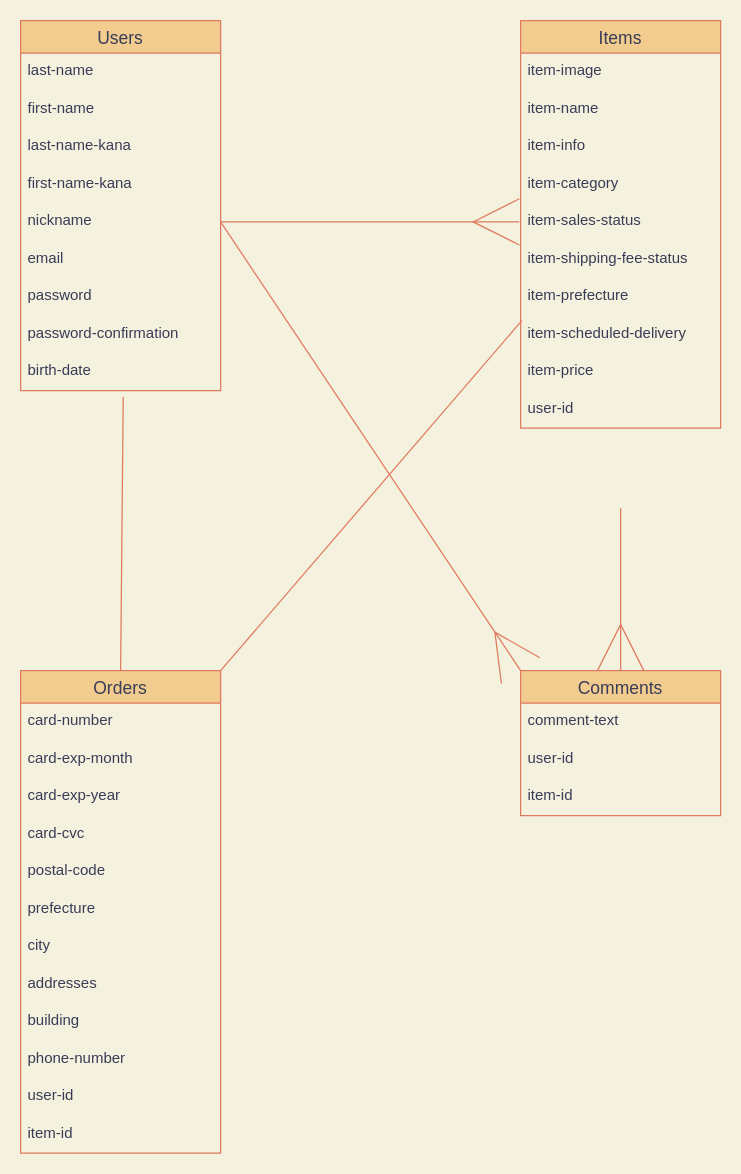
This is test.dio from haru1507/furima-32087, a draw.io file, before an edit. Source tidied: cells renumbered, new cells numbered last; positions are measured from the earlier drawing's top-left corner, leaving out a move shared by most shapes. Both pictures are drawn from the tidied source at 125%, with x=0, y=0 at pixel (20, 20).
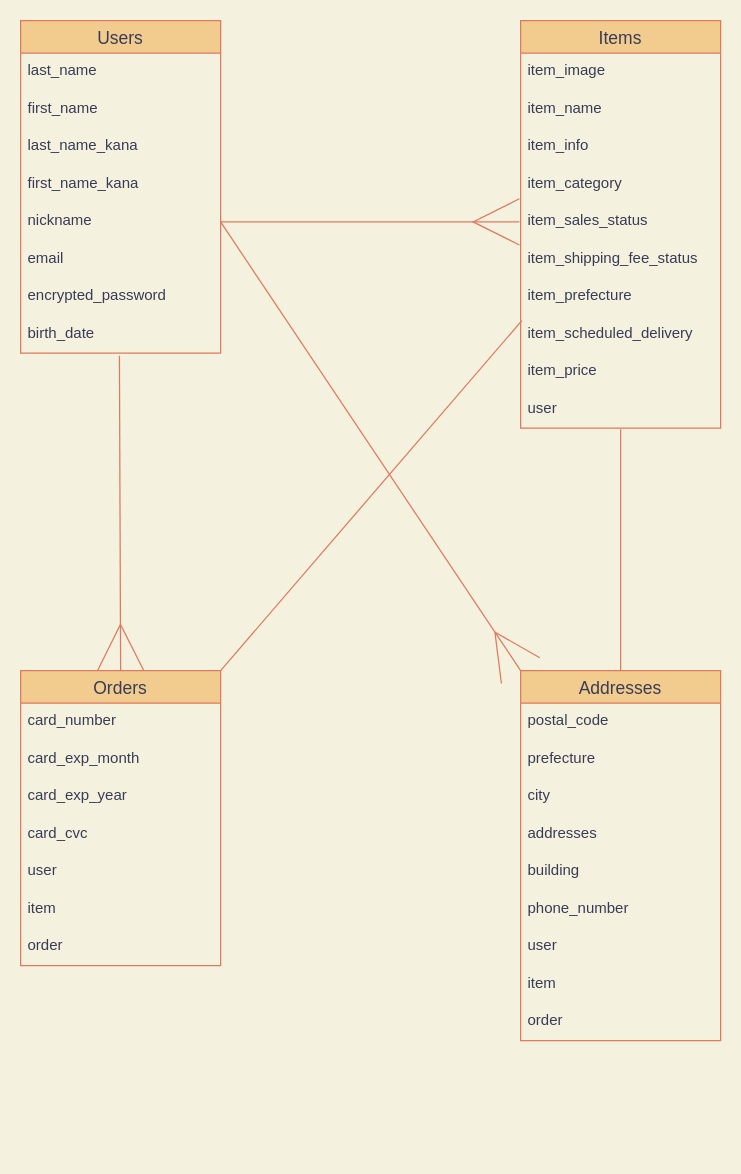
The same page after the edit.

Commit message (it also covers changes not shown here):
データベース設計１

Unchanged cells that the change refers to:
```xml
<mxCell id="2" value="Items" style="swimlane;fontStyle=0;horizontal=1;startSize=26;align=center;fontSize=14;fillColor=#F2CC8F;strokeColor=#E07A5F;fontColor=#393C56;" parent="1" vertex="1">
  <mxGeometry x="400" width="160" height="326" as="geometry" />
</mxCell>
```

Diff of the diagram source:
```diff
@@
-    <mxCell id="3" value="item-image" style="text;strokeColor=none;fillColor=none;spacingLeft=4;spacingRight=4;overflow=hidden;fontSize=12;fontColor=#393C56;" parent="2" vertex="1">
+    <mxCell id="3" value="item_image" style="text;strokeColor=none;fillColor=none;spacingLeft=4;spacingRight=4;overflow=hidden;fontSize=12;fontColor=#393C56;" parent="2" vertex="1">
       <mxGeometry y="26" width="160" height="30" as="geometry" />
     </mxCell>
-    <mxCell id="4" value="item-name" style="text;strokeColor=none;fillColor=none;spacingLeft=4;spacingRight=4;overflow=hidden;fontSize=12;fontColor=#393C56;" parent="2" vertex="1">
+    <mxCell id="4" value="item_name" style="text;strokeColor=none;fillColor=none;spacingLeft=4;spacingRight=4;overflow=hidden;fontSize=12;fontColor=#393C56;" parent="2" vertex="1">
       <mxGeometry y="56" width="160" height="30" as="geometry" />
     </mxCell>
-    <mxCell id="5" value="item-info" style="text;strokeColor=none;fillColor=none;spacingLeft=4;spacingRight=4;overflow=hidden;fontSize=12;fontColor=#393C56;" parent="2" vertex="1">
+    <mxCell id="5" value="item_info" style="text;strokeColor=none;fillColor=none;spacingLeft=4;spacingRight=4;overflow=hidden;fontSize=12;fontColor=#393C56;" parent="2" vertex="1">
       <mxGeometry y="86" width="160" height="30" as="geometry" />
     </mxCell>
-    <mxCell id="6" value="item-category" style="text;strokeColor=none;fillColor=none;spacingLeft=4;spacingRight=4;overflow=hidden;fontSize=12;fontColor=#393C56;" parent="2" vertex="1">
+    <mxCell id="6" value="item_category" style="text;strokeColor=none;fillColor=none;spacingLeft=4;spacingRight=4;overflow=hidden;fontSize=12;fontColor=#393C56;" parent="2" vertex="1">
       <mxGeometry y="116" width="160" height="30" as="geometry" />
     </mxCell>
-    <mxCell id="7" value="item-sales-status" style="text;strokeColor=none;fillColor=none;spacingLeft=4;spacingRight=4;overflow=hidden;points=[[0,0.5],[1,0.5]];portConstraint=eastwest;fontSize=12;fontColor=#393C56;" parent="2" vertex="1">
+    <mxCell id="7" value="item_sales_status" style="text;strokeColor=none;fillColor=none;spacingLeft=4;spacingRight=4;overflow=hidden;points=[[0,0.5],[1,0.5]];portConstraint=eastwest;fontSize=12;fontColor=#393C56;" parent="2" vertex="1">
       <mxGeometry y="146" width="160" height="30" as="geometry" />
     </mxCell>
-    <mxCell id="8" value="item-shipping-fee-status" style="text;strokeColor=none;fillColor=none;spacingLeft=4;spacingRight=4;overflow=hidden;fontSize=12;fontColor=#393C56;" parent="2" vertex="1">
+    <mxCell id="8" value="item_shipping_fee_status" style="text;strokeColor=none;fillColor=none;spacingLeft=4;spacingRight=4;overflow=hidden;fontSize=12;fontColor=#393C56;" parent="2" vertex="1">
       <mxGeometry y="176" width="160" height="30" as="geometry" />
     </mxCell>
-    <mxCell id="9" value="item-prefecture" style="text;strokeColor=none;fillColor=none;spacingLeft=4;spacingRight=4;overflow=hidden;fontSize=12;fontColor=#393C56;" parent="2" vertex="1">
+    <mxCell id="9" value="item_prefecture" style="text;strokeColor=none;fillColor=none;spacingLeft=4;spacingRight=4;overflow=hidden;fontSize=12;fontColor=#393C56;" parent="2" vertex="1">
       <mxGeometry y="206" width="160" height="30" as="geometry" />
     </mxCell>
-    <mxCell id="10" value="item-scheduled-delivery" style="text;strokeColor=none;fillColor=none;spacingLeft=4;spacingRight=4;overflow=hidden;points=[[0,0.5],[1,0.5]];portConstraint=eastwest;fontSize=12;fontColor=#393C56;" parent="2" vertex="1">
+    <mxCell id="10" value="item_scheduled_delivery" style="text;strokeColor=none;fillColor=none;spacingLeft=4;spacingRight=4;overflow=hidden;points=[[0,0.5],[1,0.5]];portConstraint=eastwest;fontSize=12;fontColor=#393C56;" parent="2" vertex="1">
       <mxGeometry y="236" width="160" height="30" as="geometry" />
     </mxCell>
-    <mxCell id="11" value="item-price" style="text;strokeColor=none;fillColor=none;spacingLeft=4;spacingRight=4;overflow=hidden;fontSize=12;fontColor=#393C56;" parent="2" vertex="1">
+    <mxCell id="11" value="item_price" style="text;strokeColor=none;fillColor=none;spacingLeft=4;spacingRight=4;overflow=hidden;fontSize=12;fontColor=#393C56;" parent="2" vertex="1">
       <mxGeometry y="266" width="160" height="30" as="geometry" />
     </mxCell>
-    <mxCell id="12" value="user-id" style="text;strokeColor=none;fillColor=none;spacingLeft=4;spacingRight=4;overflow=hidden;points=[[0,0.5],[1,0.5]];portConstraint=eastwest;fontSize=12;fontColor=#393C56;" parent="2" vertex="1">
+    <mxCell id="12" value="user" style="text;strokeColor=none;fillColor=none;spacingLeft=4;spacingRight=4;overflow=hidden;points=[[0,0.5],[1,0.5]];portConstraint=eastwest;fontSize=12;fontColor=#393C56;" parent="2" vertex="1">
       <mxGeometry y="296" width="160" height="30" as="geometry" />
     </mxCell>
     <mxCell id="13" value="Users" style="swimlane;fontStyle=0;horizontal=1;startSize=26;align=center;fontSize=14;fillColor=#F2CC8F;strokeColor=#E07A5F;fontColor=#393C56;" parent="1" vertex="1">
-      <mxGeometry width="160" height="296" as="geometry" />
+      <mxGeometry width="160" height="266" as="geometry" />
     </mxCell>
-    <mxCell id="14" value="last-name" style="text;strokeColor=none;fillColor=none;spacingLeft=4;spacingRight=4;overflow=hidden;fontSize=12;fontColor=#393C56;" parent="13" vertex="1">
+    <mxCell id="14" value="last_name" style="text;strokeColor=none;fillColor=none;spacingLeft=4;spacingRight=4;overflow=hidden;fontSize=12;fontColor=#393C56;" parent="13" vertex="1">
       <mxGeometry y="26" width="160" height="30" as="geometry" />
     </mxCell>
-    <mxCell id="15" value="first-name" style="text;strokeColor=none;fillColor=none;spacingLeft=4;spacingRight=4;overflow=hidden;fontSize=12;fontColor=#393C56;" parent="13" vertex="1">
+    <mxCell id="15" value="first_name" style="text;strokeColor=none;fillColor=none;spacingLeft=4;spacingRight=4;overflow=hidden;fontSize=12;fontColor=#393C56;" parent="13" vertex="1">
       <mxGeometry y="56" width="160" height="30" as="geometry" />
     </mxCell>
-    <mxCell id="16" value="last-name-kana" style="text;strokeColor=none;fillColor=none;spacingLeft=4;spacingRight=4;overflow=hidden;fontSize=12;fontColor=#393C56;" parent="13" vertex="1">
+    <mxCell id="16" value="last_name_kana" style="text;strokeColor=none;fillColor=none;spacingLeft=4;spacingRight=4;overflow=hidden;fontSize=12;fontColor=#393C56;" parent="13" vertex="1">
       <mxGeometry y="86" width="160" height="30" as="geometry" />
     </mxCell>
-    <mxCell id="17" value="first-name-kana" style="text;strokeColor=none;fillColor=none;spacingLeft=4;spacingRight=4;overflow=hidden;fontSize=12;fontColor=#393C56;" parent="13" vertex="1">
+    <mxCell id="17" value="first_name_kana" style="text;strokeColor=none;fillColor=none;spacingLeft=4;spacingRight=4;overflow=hidden;fontSize=12;fontColor=#393C56;" parent="13" vertex="1">
       <mxGeometry y="116" width="160" height="30" as="geometry" />
     </mxCell>
@@
-    <mxCell id="20" value="password" style="text;strokeColor=none;fillColor=none;spacingLeft=4;spacingRight=4;overflow=hidden;fontSize=12;fontColor=#393C56;" parent="13" vertex="1">
+    <mxCell id="20" value="encrypted_password" style="text;strokeColor=none;fillColor=none;spacingLeft=4;spacingRight=4;overflow=hidden;fontSize=12;fontColor=#393C56;" parent="13" vertex="1">
       <mxGeometry y="206" width="160" height="30" as="geometry" />
     </mxCell>
-    <mxCell id="21" value="password-confirmation" style="text;strokeColor=none;fillColor=none;spacingLeft=4;spacingRight=4;overflow=hidden;fontSize=12;fontColor=#393C56;" parent="13" vertex="1">
-      <mxGeometry y="236" width="160" height="30" as="geometry" />
-    </mxCell>
-    <mxCell id="22" value="birth-date" style="text;strokeColor=none;fillColor=none;spacingLeft=4;spacingRight=4;overflow=hidden;points=[[0,0.5],[1,0.5]];portConstraint=eastwest;fontSize=12;fontColor=#393C56;" parent="13" vertex="1">
-      <mxGeometry y="266" width="160" height="30" as="geometry" />
+    <mxCell id="22" value="birth_date" style="text;strokeColor=none;fillColor=none;spacingLeft=4;spacingRight=4;overflow=hidden;points=[[0,0.5],[1,0.5]];portConstraint=eastwest;fontSize=12;fontColor=#393C56;" parent="13" vertex="1">
+      <mxGeometry y="236" width="160" height="30" as="geometry" />
     </mxCell>
     <mxCell id="23" value="Orders" style="swimlane;fontStyle=0;horizontal=1;startSize=26;align=center;fontSize=14;fillColor=#F2CC8F;strokeColor=#E07A5F;fontColor=#393C56;" parent="1" vertex="1">
-      <mxGeometry y="520" width="160" height="386" as="geometry" />
+      <mxGeometry y="520" width="160" height="236" as="geometry" />
     </mxCell>
-    <mxCell id="24" value="card-number" style="text;strokeColor=none;fillColor=none;spacingLeft=4;spacingRight=4;overflow=hidden;fontSize=12;fontColor=#393C56;" parent="23" vertex="1">
+    <mxCell id="24" value="card_number" style="text;strokeColor=none;fillColor=none;spacingLeft=4;spacingRight=4;overflow=hidden;fontSize=12;fontColor=#393C56;" parent="23" vertex="1">
       <mxGeometry y="26" width="160" height="30" as="geometry" />
     </mxCell>
-    <mxCell id="25" value="card-exp-month" style="text;strokeColor=none;fillColor=none;spacingLeft=4;spacingRight=4;overflow=hidden;fontSize=12;fontColor=#393C56;" parent="23" vertex="1">
+    <mxCell id="25" value="card_exp_month" style="text;strokeColor=none;fillColor=none;spacingLeft=4;spacingRight=4;overflow=hidden;fontSize=12;fontColor=#393C56;" parent="23" vertex="1">
       <mxGeometry y="56" width="160" height="30" as="geometry" />
     </mxCell>
-    <mxCell id="26" value="card-exp-year" style="text;strokeColor=none;fillColor=none;spacingLeft=4;spacingRight=4;overflow=hidden;fontSize=12;fontColor=#393C56;" parent="23" vertex="1">
+    <mxCell id="26" value="card_exp_year" style="text;strokeColor=none;fillColor=none;spacingLeft=4;spacingRight=4;overflow=hidden;fontSize=12;fontColor=#393C56;" parent="23" vertex="1">
       <mxGeometry y="86" width="160" height="30" as="geometry" />
     </mxCell>
-    <mxCell id="27" value="card-cvc" style="text;strokeColor=none;fillColor=none;spacingLeft=4;spacingRight=4;overflow=hidden;fontSize=12;fontColor=#393C56;" parent="23" vertex="1">
+    <mxCell id="27" value="card_cvc" style="text;strokeColor=none;fillColor=none;spacingLeft=4;spacingRight=4;overflow=hidden;fontSize=12;fontColor=#393C56;" parent="23" vertex="1">
       <mxGeometry y="116" width="160" height="30" as="geometry" />
     </mxCell>
-    <mxCell id="28" value="postal-code" style="text;strokeColor=none;fillColor=none;spacingLeft=4;spacingRight=4;overflow=hidden;fontSize=12;fontColor=#393C56;" parent="23" vertex="1">
-      <mxGeometry y="146" width="160" height="30" as="geometry" />
-    </mxCell>
-    <mxCell id="29" value="prefecture" style="text;strokeColor=none;fillColor=none;spacingLeft=4;spacingRight=4;overflow=hidden;fontSize=12;fontColor=#393C56;" parent="23" vertex="1">
-      <mxGeometry y="176" width="160" height="30" as="geometry" />
-    </mxCell>
-    <mxCell id="30" value="city" style="text;strokeColor=none;fillColor=none;spacingLeft=4;spacingRight=4;overflow=hidden;fontSize=12;fontColor=#393C56;" parent="23" vertex="1">
-      <mxGeometry y="206" width="160" height="30" as="geometry" />
-    </mxCell>
-    <mxCell id="31" value="addresses" style="text;strokeColor=none;fillColor=none;spacingLeft=4;spacingRight=4;overflow=hidden;fontSize=12;fontColor=#393C56;" parent="23" vertex="1">
-      <mxGeometry y="236" width="160" height="30" as="geometry" />
-    </mxCell>
-    <mxCell id="32" value="building" style="text;strokeColor=none;fillColor=none;spacingLeft=4;spacingRight=4;overflow=hidden;fontSize=12;fontColor=#393C56;" parent="23" vertex="1">
-      <mxGeometry y="266" width="160" height="30" as="geometry" />
-    </mxCell>
-    <mxCell id="33" value="phone-number" style="text;strokeColor=none;fillColor=none;spacingLeft=4;spacingRight=4;overflow=hidden;fontSize=12;fontColor=#393C56;" parent="23" vertex="1">
-      <mxGeometry y="296" width="160" height="30" as="geometry" />
-    </mxCell>
-    <mxCell id="34" value="user-id" style="text;strokeColor=none;fillColor=none;spacingLeft=4;spacingRight=4;overflow=hidden;fontSize=12;fontColor=#393C56;" parent="23" vertex="1">
-      <mxGeometry y="326" width="160" height="30" as="geometry" />
+    <mxCell id="34" value="user" style="text;strokeColor=none;fillColor=none;spacingLeft=4;spacingRight=4;overflow=hidden;fontSize=12;fontColor=#393C56;" parent="23" vertex="1">
+      <mxGeometry y="146" width="160" height="30" as="geometry" />
     </mxCell>
-    <mxCell id="35" value="item-id" style="text;strokeColor=none;fillColor=none;spacingLeft=4;spacingRight=4;overflow=hidden;fontSize=12;fontColor=#393C56;" parent="23" vertex="1">
-      <mxGeometry y="356" width="160" height="30" as="geometry" />
+    <mxCell id="35" value="item" style="text;strokeColor=none;fillColor=none;spacingLeft=4;spacingRight=4;overflow=hidden;fontSize=12;fontColor=#393C56;" parent="23" vertex="1">
+      <mxGeometry y="176" width="160" height="30" as="geometry" />
     </mxCell>
+    <mxCell id="46" value="order" style="text;strokeColor=none;fillColor=none;spacingLeft=4;spacingRight=4;overflow=hidden;fontSize=12;fontColor=#393C56;" parent="23" vertex="1">
+      <mxGeometry y="206" width="160" height="30" as="geometry" />
+    </mxCell>
-    <mxCell id="36" value="Comments" style="swimlane;fontStyle=0;horizontal=1;startSize=26;align=center;fontSize=14;fillColor=#F2CC8F;strokeColor=#E07A5F;fontColor=#393C56;" parent="1" vertex="1">
-      <mxGeometry x="400" y="520" width="160" height="116" as="geometry" />
+    <mxCell id="36" value="Addresses" style="swimlane;fontStyle=0;horizontal=1;startSize=26;align=center;fontSize=14;fillColor=#F2CC8F;strokeColor=#E07A5F;fontColor=#393C56;" parent="1" vertex="1">
+      <mxGeometry x="400" y="520" width="160" height="296" as="geometry" />
     </mxCell>
-    <mxCell id="37" value="comment-text" style="text;strokeColor=none;fillColor=none;spacingLeft=4;spacingRight=4;overflow=hidden;fontSize=12;fontColor=#393C56;" parent="36" vertex="1">
+    <mxCell id="37" value="postal_code" style="text;strokeColor=none;fillColor=none;spacingLeft=4;spacingRight=4;overflow=hidden;fontSize=12;fontColor=#393C56;" parent="36" vertex="1">
       <mxGeometry y="26" width="160" height="30" as="geometry" />
     </mxCell>
-    <mxCell id="38" value="user-id" style="text;strokeColor=none;fillColor=none;spacingLeft=4;spacingRight=4;overflow=hidden;fontSize=12;fontColor=#393C56;" parent="36" vertex="1">
+    <mxCell id="38" value="prefecture" style="text;strokeColor=none;fillColor=none;spacingLeft=4;spacingRight=4;overflow=hidden;fontSize=12;fontColor=#393C56;" parent="36" vertex="1">
       <mxGeometry y="56" width="160" height="30" as="geometry" />
     </mxCell>
-    <mxCell id="39" value="item-id" style="text;strokeColor=none;fillColor=none;spacingLeft=4;spacingRight=4;overflow=hidden;fontSize=12;fontColor=#393C56;" parent="36" vertex="1">
+    <mxCell id="39" value="city" style="text;strokeColor=none;fillColor=none;spacingLeft=4;spacingRight=4;overflow=hidden;fontSize=12;fontColor=#393C56;" parent="36" vertex="1">
       <mxGeometry y="86" width="160" height="30" as="geometry" />
     </mxCell>
+    <mxCell id="31" value="addresses" style="text;strokeColor=none;fillColor=none;spacingLeft=4;spacingRight=4;overflow=hidden;fontSize=12;fontColor=#393C56;" parent="36" vertex="1">
+      <mxGeometry y="116" width="160" height="30" as="geometry" />
+    </mxCell>
+    <mxCell id="32" value="building" style="text;strokeColor=none;fillColor=none;spacingLeft=4;spacingRight=4;overflow=hidden;fontSize=12;fontColor=#393C56;" parent="36" vertex="1">
+      <mxGeometry y="146" width="160" height="30" as="geometry" />
+    </mxCell>
+    <mxCell id="47" value="phone_number" style="text;strokeColor=none;fillColor=none;spacingLeft=4;spacingRight=4;overflow=hidden;fontSize=12;fontColor=#393C56;" parent="36" vertex="1">
+      <mxGeometry y="176" width="160" height="30" as="geometry" />
+    </mxCell>
+    <mxCell id="48" value="user" style="text;strokeColor=none;fillColor=none;spacingLeft=4;spacingRight=4;overflow=hidden;fontSize=12;fontColor=#393C56;" parent="36" vertex="1">
+      <mxGeometry y="206" width="160" height="30" as="geometry" />
+    </mxCell>
+    <mxCell id="49" value="item" style="text;strokeColor=none;fillColor=none;spacingLeft=4;spacingRight=4;overflow=hidden;fontSize=12;fontColor=#393C56;" parent="36" vertex="1">
+      <mxGeometry y="236" width="160" height="30" as="geometry" />
+    </mxCell>
+    <mxCell id="50" value="order" style="text;strokeColor=none;fillColor=none;spacingLeft=4;spacingRight=4;overflow=hidden;fontSize=12;fontColor=#393C56;" parent="36" vertex="1">
+      <mxGeometry y="266" width="160" height="30" as="geometry" />
+    </mxCell>
@@
-    <mxCell id="43" style="rounded=0;jettySize=auto;html=1;endArrow=ERmany;endFill=0;endSize=35;startSize=35;entryX=0.5;entryY=0;entryDx=0;entryDy=0;strokeColor=#E07A5F;fontColor=#393C56;labelBackgroundColor=#F4F1DE;" parent="1" edge="1" target="36">
-      <mxGeometry relative="1" as="geometry">
-        <mxPoint x="480" y="390" as="sourcePoint" />
-      </mxGeometry>
+    <mxCell id="43" style="rounded=0;jettySize=auto;html=1;endArrow=none;endFill=0;endSize=35;startSize=35;entryX=0.5;entryY=0;entryDx=0;entryDy=0;strokeColor=#E07A5F;fontColor=#393C56;labelBackgroundColor=#F4F1DE;exitX=0.5;exitY=1.033;exitDx=0;exitDy=0;exitPerimeter=0;" parent="1" edge="1" source="12" target="36">
+      <mxGeometry relative="1" as="geometry" />
     </mxCell>
@@
-    <mxCell id="45" style="rounded=0;jettySize=auto;html=1;exitX=0.513;exitY=1.167;exitDx=0;exitDy=0;endArrow=none;endFill=0;endSize=35;startSize=35;exitPerimeter=0;entryX=0.5;entryY=0;entryDx=0;entryDy=0;strokeColor=#E07A5F;fontColor=#393C56;labelBackgroundColor=#F4F1DE;" parent="1" edge="1" source="22" target="23">
+    <mxCell id="45" style="rounded=0;jettySize=auto;html=1;exitX=0.494;exitY=1.067;exitDx=0;exitDy=0;endArrow=ERmany;endFill=0;endSize=35;startSize=35;exitPerimeter=0;entryX=0.5;entryY=0;entryDx=0;entryDy=0;strokeColor=#E07A5F;fontColor=#393C56;labelBackgroundColor=#F4F1DE;" parent="1" edge="1" source="22" target="23">
       <mxGeometry relative="1" as="geometry" />
     </mxCell>
```
